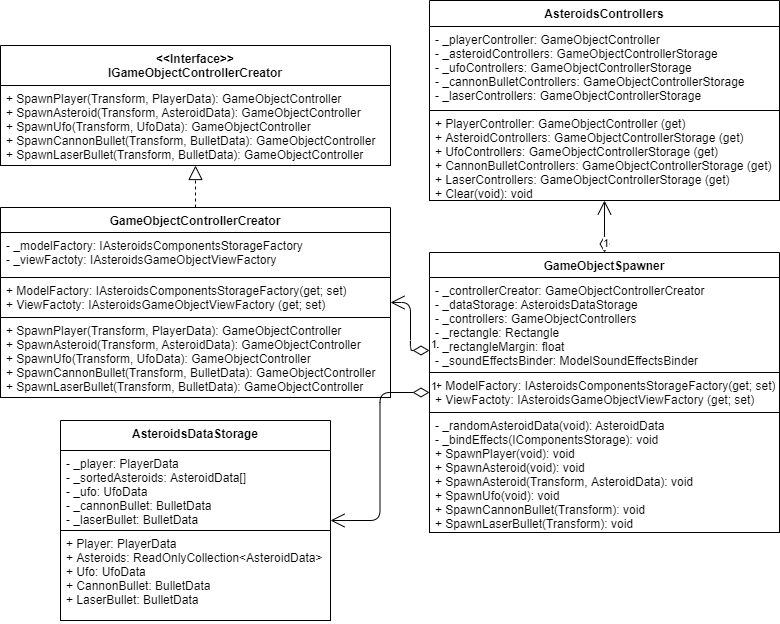
Earlier version of the draw.io export Other/Diagrams/SpawnObjects/SpawnObjects-Spawn.png (Kkamikadzee/Asteroids). Source tidied: cells renumbered, new cells last; positions are measured from the earlier drawing's top-left corner, leaving out a move shared by most shapes.
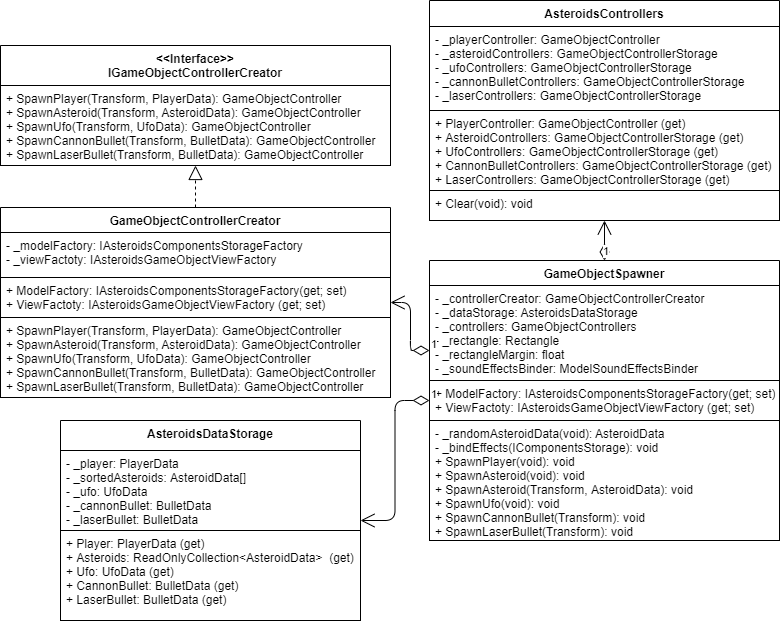
After the change.

Diff of the diagram source:
```diff
@@ -2,17 +2,8 @@
   <root>
     <mxCell id="0" />
     <mxCell id="1" parent="0" />
-    <mxCell id="2" value="AsteroidsDataStorage" style="swimlane;fontStyle=1;align=center;verticalAlign=top;horizontal=1;startSize=30;spacing=2;" parent="1" vertex="1">
-      <mxGeometry x="60" y="420" width="270" height="200" as="geometry" />
-    </mxCell>
-    <mxCell id="3" value="- _player: PlayerData&#10;- _sortedAsteroids: AsteroidData[]&#10;- _ufo: UfoData&#10;- _cannonBullet: BulletData&#10;- _laserBullet: BulletData" style="text;fillColor=none;align=left;verticalAlign=top;spacingLeft=4;spacingRight=4;overflow=hidden;strokeColor=#000000;" parent="2" vertex="1">
-      <mxGeometry y="30" width="270" height="80" as="geometry" />
-    </mxCell>
-    <mxCell id="4" value="+ Player: PlayerData&#10;+ Asteroids: ReadOnlyCollection&lt;AsteroidData&gt;&#10;+ Ufo: UfoData&#10;+ CannonBullet: BulletData&#10;+ LaserBullet: BulletData" style="text;fillColor=none;align=left;verticalAlign=top;spacingLeft=4;spacingRight=4;overflow=hidden;strokeColor=#000000;" parent="2" vertex="1">
-      <mxGeometry y="110" width="270" height="90" as="geometry" />
-    </mxCell>
     <mxCell id="5" value="GameObjectSpawner" style="swimlane;fontStyle=1;align=center;verticalAlign=top;horizontal=1;startSize=25;spacing=2;" parent="1" vertex="1">
-      <mxGeometry x="429" y="252" width="350" height="280" as="geometry" />
+      <mxGeometry x="429" y="260" width="350" height="280" as="geometry" />
     </mxCell>
     <mxCell id="6" value="- _controllerCreator: GameObjectControllerCreator&#10;- _dataStorage: AsteroidsDataStorage&#10;- _controllers: GameObjectControllers&#10;- _rectangle: Rectangle&#10;- _rectangleMargin: float&#10;- _soundEffectsBinder: ModelSoundEffectsBinder&#10;" style="text;fillColor=none;align=left;verticalAlign=top;spacingLeft=4;spacingRight=4;overflow=hidden;strokeColor=#000000;" parent="5" vertex="1">
       <mxGeometry y="25" width="350" height="95" as="geometry" />
@@ -23,15 +14,27 @@
     <mxCell id="8" value="- _randomAsteroidData(void): AsteroidData&#10;- _bindEffects(IComponentsStorage): void&#10;+ SpawnPlayer(void): void&#10;+ SpawnAsteroid(void): void&#10;+ SpawnAsteroid(Transform, AsteroidData): void&#10;+ SpawnUfo(void): void&#10;+ SpawnCannonBullet(Transform): void&#10;+ SpawnLaserBullet(Transform): void&#10;" style="text;fillColor=none;align=left;verticalAlign=top;spacingLeft=4;spacingRight=4;overflow=hidden;strokeColor=#000000;" parent="5" vertex="1">
       <mxGeometry y="160" width="350" height="120" as="geometry" />
     </mxCell>
+    <mxCell id="2" value="AsteroidsDataStorage" style="swimlane;fontStyle=1;align=center;verticalAlign=top;horizontal=1;startSize=30;spacing=2;" parent="1" vertex="1">
+      <mxGeometry x="60" y="420" width="300" height="200" as="geometry" />
+    </mxCell>
+    <mxCell id="3" value="- _player: PlayerData&#10;- _sortedAsteroids: AsteroidData[]&#10;- _ufo: UfoData&#10;- _cannonBullet: BulletData&#10;- _laserBullet: BulletData" style="text;fillColor=none;align=left;verticalAlign=top;spacingLeft=4;spacingRight=4;overflow=hidden;strokeColor=#000000;" parent="2" vertex="1">
+      <mxGeometry y="30" width="300" height="80" as="geometry" />
+    </mxCell>
+    <mxCell id="4" value="+ Player: PlayerData (get)&#10;+ Asteroids: ReadOnlyCollection&lt;AsteroidData&gt;  (get)&#10;+ Ufo: UfoData (get)&#10;+ CannonBullet: BulletData (get)&#10;+ LaserBullet: BulletData (get)" style="text;fillColor=none;align=left;verticalAlign=top;spacingLeft=4;spacingRight=4;overflow=hidden;strokeColor=#000000;" parent="2" vertex="1">
+      <mxGeometry y="110" width="300" height="90" as="geometry" />
+    </mxCell>
     <mxCell id="9" value="AsteroidsControllers" style="swimlane;fontStyle=1;align=center;verticalAlign=top;horizontal=1;startSize=26;spacing=2;" parent="1" vertex="1">
-      <mxGeometry x="429" width="350" height="200" as="geometry" />
+      <mxGeometry x="429" width="350" height="220" as="geometry" />
     </mxCell>
     <mxCell id="10" value="- _playerController: GameObjectController&#10;- _asteroidControllers: GameObjectControllerStorage&#10;- _ufoControllers: GameObjectControllerStorage&#10;- _cannonBulletControllers: GameObjectControllerStorage&#10;- _laserControllers: GameObjectControllerStorage" style="text;fillColor=none;align=left;verticalAlign=top;spacingLeft=4;spacingRight=4;overflow=hidden;strokeColor=#000000;" parent="9" vertex="1">
       <mxGeometry y="26" width="350" height="84" as="geometry" />
     </mxCell>
-    <mxCell id="11" value="+ PlayerController: GameObjectController (get)&#10;+ AsteroidControllers: GameObjectControllerStorage (get)&#10;+ UfoControllers: GameObjectControllerStorage (get)&#10;+ CannonBulletControllers: GameObjectControllerStorage (get)&#10;+ LaserControllers: GameObjectControllerStorage (get)&#10;+ Clear(void): void" style="text;fillColor=none;align=left;verticalAlign=top;spacingLeft=4;spacingRight=4;overflow=hidden;strokeColor=#000000;" parent="9" vertex="1">
-      <mxGeometry y="110" width="350" height="90" as="geometry" />
+    <mxCell id="11" value="+ PlayerController: GameObjectController (get)&#10;+ AsteroidControllers: GameObjectControllerStorage (get)&#10;+ UfoControllers: GameObjectControllerStorage (get)&#10;+ CannonBulletControllers: GameObjectControllerStorage (get)&#10;+ LaserControllers: GameObjectControllerStorage (get)" style="text;fillColor=none;align=left;verticalAlign=top;spacingLeft=4;spacingRight=4;overflow=hidden;strokeColor=#000000;" parent="9" vertex="1">
+      <mxGeometry y="110" width="350" height="80" as="geometry" />
     </mxCell>
+    <mxCell id="22" value="+ Clear(void): void" style="text;fillColor=none;align=left;verticalAlign=top;spacingLeft=4;spacingRight=4;overflow=hidden;strokeColor=#000000;" parent="9" vertex="1">
+      <mxGeometry y="190" width="350" height="30" as="geometry" />
+    </mxCell>
     <mxCell id="12" value="GameObjectControllerCreator" style="swimlane;fontStyle=1;align=center;verticalAlign=top;horizontal=1;startSize=25;spacing=2;" parent="1" vertex="1">
       <mxGeometry y="207" width="390" height="190" as="geometry" />
     </mxCell>
```
